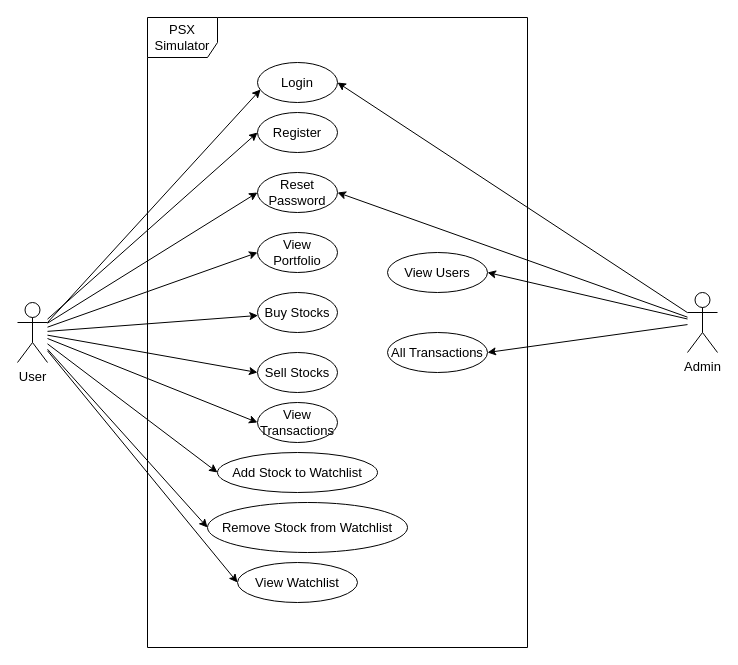
Before: diagrams/useCase.drawio in httpshahan/Pakistan-Stock-Exchange-Simulator, a draw.io diagram. Source tidied: cells renumbered, new cells numbered last; positions are measured from the earlier drawing's top-left corner, leaving out a move shared by most shapes. Both pictures are drawn from the tidied source at 100%, with x=0, y=0 at pixel (17, 17).
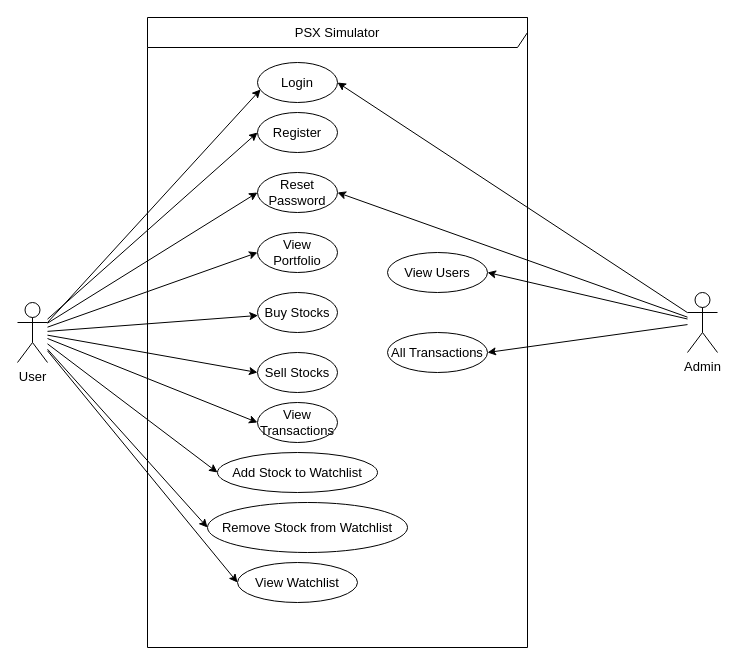
After the change.

Commit message (it also covers changes not shown here):
chore: Add Activity Login

Change to the diagram source:
```diff
@@
-    <mxCell id="2" value="PSX Simulator" style="shape=umlFrame;whiteSpace=wrap;html=1;width=70;height=40;fontSize=13;" parent="1" vertex="1">
+    <mxCell id="2" value="PSX Simulator" style="shape=umlFrame;whiteSpace=wrap;html=1;width=380;height=30;fontSize=13;" parent="1" vertex="1">
       <mxGeometry x="130" width="380" height="630" as="geometry" />
     </mxCell>
```
